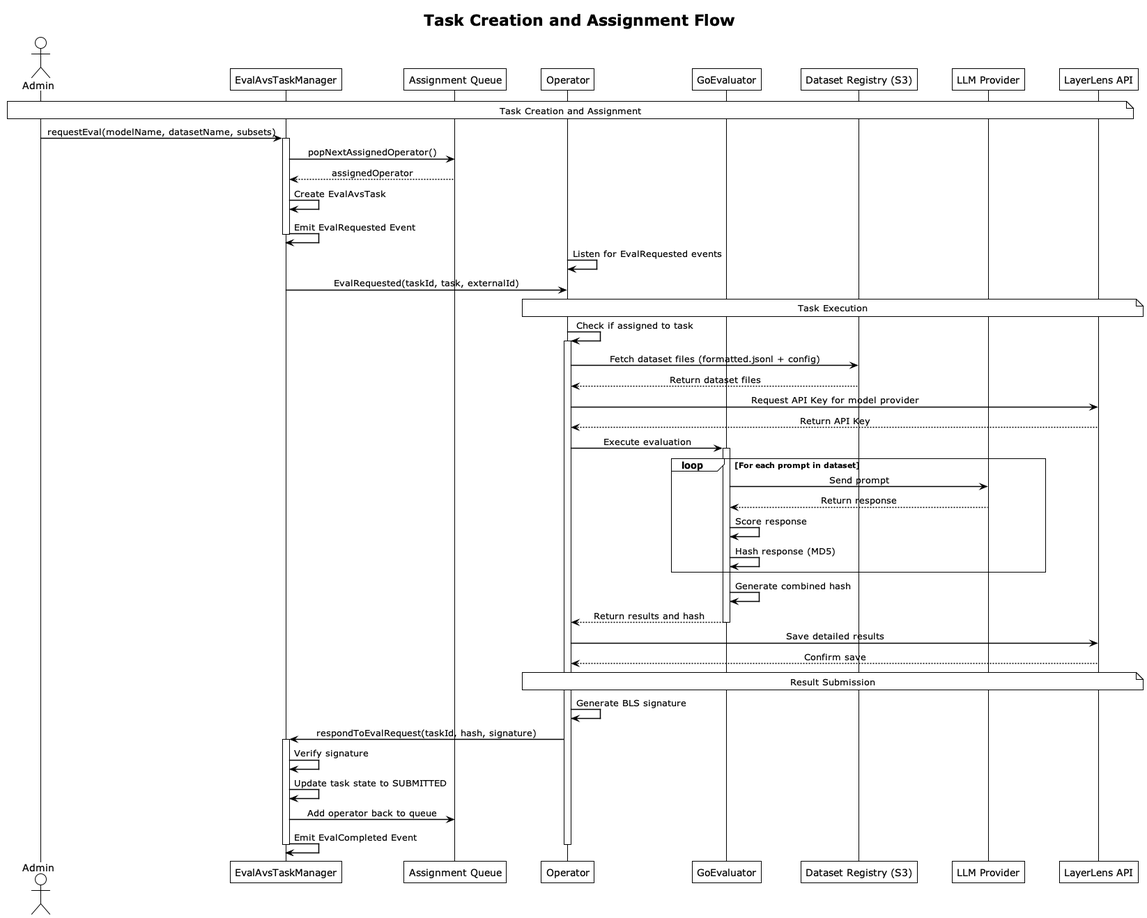
Earlier version of the PlantUML export custom-diagrams/diagrams/avs-task-flow.png (k-g-j/ll-sequence-diagrams).
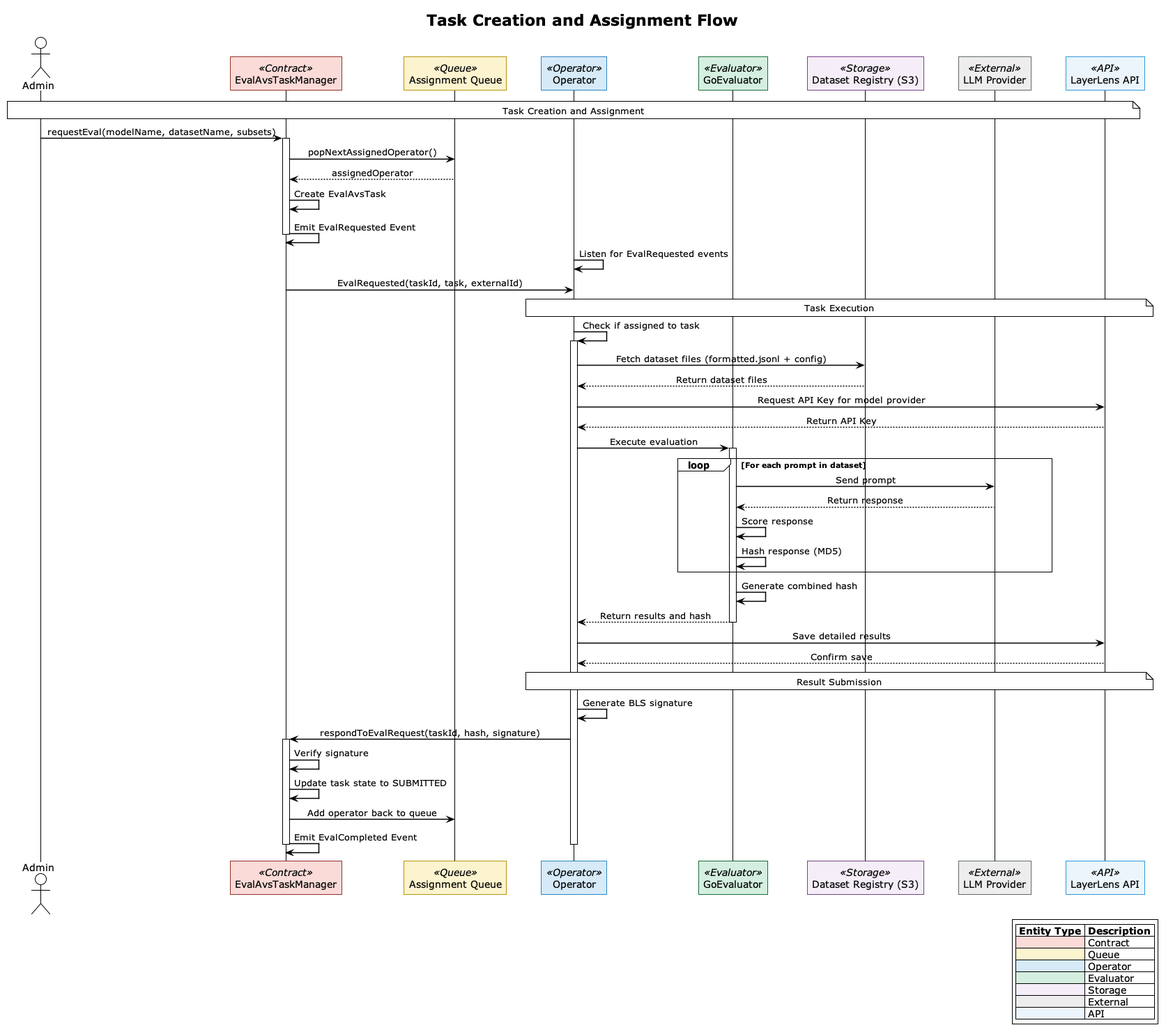
After the commit.

Change to the diagram source:
```diff
@@ -15,16 +15,53 @@
 skinparam ArrowColor black
 skinparam ArrowThickness 1.5
 
+skinparam participant {
+  BackgroundColor white
+  BorderColor black
+}
+
+skinparam participantBackgroundColor<<Contract>> #FADBD8
+skinparam participantBorderColor<<Contract>> #943126
+
+skinparam participantBackgroundColor<<Queue>> #FCF3CF
+skinparam participantBorderColor<<Queue>> #B7950B
+
+skinparam participantBackgroundColor<<Operator>> #D6EAF8
+skinparam participantBorderColor<<Operator>> #2E86C1
+
+skinparam participantBackgroundColor<<Evaluator>> #D4EFDF
+skinparam participantBorderColor<<Evaluator>> #196F3D
+
+skinparam participantBackgroundColor<<Storage>> #F5EEF8
+skinparam participantBorderColor<<Storage>> #76448A
+
+skinparam participantBackgroundColor<<External>> #EDEDED
+skinparam participantBorderColor<<External>> #616A6B
+
+skinparam participantBackgroundColor<<API>> #EBF5FB
+skinparam participantBorderColor<<API>> #3498DB
+
 title Task Creation and Assignment Flow
 
 actor Admin
-participant "EvalAvsTaskManager" as TaskManager
-participant "Assignment Queue" as Queue
-participant "Operator" as Operator
-participant "GoEvaluator" as GoEvaluator
-participant "Dataset Registry (S3)" as S3
-participant "LLM Provider" as LLM
-participant "LayerLens API" as API
+participant "EvalAvsTaskManager" as TaskManager <<Contract>>
+participant "Assignment Queue" as Queue <<Queue>>
+participant "Operator" as Operator <<Operator>>
+participant "GoEvaluator" as GoEvaluator <<Evaluator>>
+participant "Dataset Registry (S3)" as S3 <<Storage>>
+participant "LLM Provider" as LLM <<External>>
+participant "LayerLens API" as API <<API>>
+
+legend right
+  |= Entity Type |= Description |
+  |<#FADBD8>| Contract | Smart Contracts |
+  |<#FCF3CF>| Queue | Message Queues |
+  |<#D6EAF8>| Operator | Validator Nodes |
+  |<#D4EFDF>| Evaluator | Evaluation Services |
+  |<#F5EEF8>| Storage | Data Storage Services |
+  |<#EDEDED>| External | 3rd Party Services |
+  |<#EBF5FB>| API | Backend APIs |
+endlegend
 
 note over Admin, API: Task Creation and Assignment
 
```
